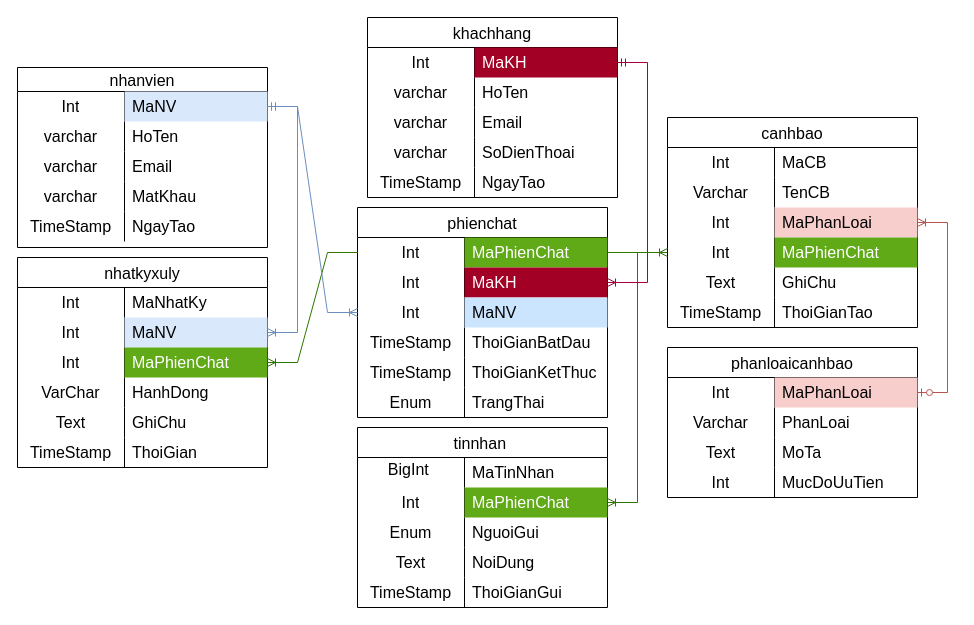
Earlier version of the draw.io diagram ERD.drawio (Ken290906/AI_Chat). Source tidied: cells renumbered, new cells numbered last; positions are measured from the earlier drawing's top-left corner, leaving out a move shared by most shapes. Both pictures are drawn from the tidied source at 100%, with x=0, y=0 at pixel (17, 17).
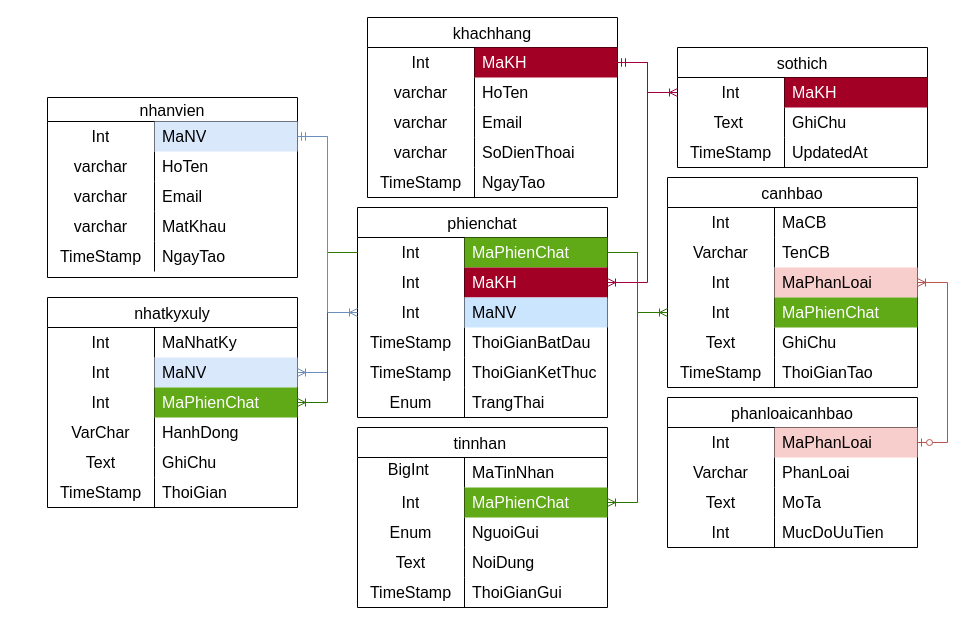
The same diagram, later.

The change refers to these unchanged cells:
```xml
<mxCell id="91" style="shape=tableRow;horizontal=0;startSize=0;swimlaneHead=0;swimlaneBody=0;top=0;left=0;bottom=0;right=0;fillColor=none;points=[[0,0.5],[1,0.5]];portConstraint=eastwest;strokeColor=inherit;fontSize=16;" parent="90" vertex="1">
  <mxGeometry y="30" width="250" height="30" as="geometry" />
</mxCell>
```

The edit, as a diff of the source:
```diff
@@
     <mxCell id="38" value="phanloaicanhbao" style="shape=table;startSize=30;childLayout=tableLayout;rowLines=0;fontStyle=0;strokeColor=default;fontSize=16;" parent="1" vertex="1">
-      <mxGeometry x="650" y="330" width="250" height="150" as="geometry" />
+      <mxGeometry x="650" y="380" width="250" height="150" as="geometry" />
     </mxCell>
@@
     <mxCell id="51" value="nhatkyxuly" style="shape=table;startSize=30;childLayout=tableLayout;rowLines=0;fontStyle=0;strokeColor=default;fontSize=16;" parent="1" vertex="1">
-      <mxGeometry y="240" width="250" height="210" as="geometry" />
+      <mxGeometry x="30" y="280" width="250" height="210" as="geometry" />
     </mxCell>
@@
     <mxCell id="70" value="canhbao" style="shape=table;startSize=30;childLayout=tableLayout;rowLines=0;fontStyle=0;strokeColor=default;fontSize=16;" parent="1" vertex="1">
-      <mxGeometry x="650" y="100" width="250" height="210" as="geometry" />
+      <mxGeometry x="650" y="160" width="250" height="210" as="geometry" />
     </mxCell>
@@
     <mxCell id="107" value="nhanvien" style="shape=table;startSize=24;childLayout=tableLayout;rowLines=0;fontStyle=0;strokeColor=default;fontSize=16;" parent="1" vertex="1">
-      <mxGeometry y="50" width="250" height="180" as="geometry" />
+      <mxGeometry x="30" y="80" width="250" height="180" as="geometry" />
     </mxCell>
@@
+    <mxCell id="127" value="sothich" style="shape=table;startSize=30;childLayout=tableLayout;rowLines=0;fontStyle=0;strokeColor=default;fontSize=16;" parent="1" vertex="1">
+      <mxGeometry x="660" y="30" width="250" height="120" as="geometry" />
+    </mxCell>
+    <mxCell id="128" style="shape=tableRow;horizontal=0;startSize=0;swimlaneHead=0;swimlaneBody=0;top=0;left=0;bottom=0;right=0;fillColor=none;points=[[0,0.5],[1,0.5]];portConstraint=eastwest;strokeColor=inherit;fontSize=16;" parent="127" vertex="1">
+      <mxGeometry y="30" width="250" height="30" as="geometry" />
+    </mxCell>
+    <mxCell id="129" value="Int" style="shape=partialRectangle;html=1;whiteSpace=wrap;fillColor=none;top=0;left=0;bottom=0;right=0;overflow=hidden;strokeColor=inherit;fontSize=16;" parent="128" vertex="1">
+      <mxGeometry width="107" height="30" as="geometry" />
+    </mxCell>
+    <mxCell id="130" value="MaKH" style="shape=partialRectangle;html=1;whiteSpace=wrap;fillColor=#a20025;top=0;left=0;bottom=0;right=0;align=left;spacingLeft=6;overflow=hidden;strokeColor=#6F0000;fontSize=16;fontColor=#ffffff;" parent="128" vertex="1">
+      <mxGeometry x="107" width="143" height="30" as="geometry" />
+    </mxCell>
+    <mxCell id="131" style="shape=tableRow;horizontal=0;startSize=0;swimlaneHead=0;swimlaneBody=0;top=0;left=0;bottom=0;right=0;fillColor=none;strokeColor=inherit;fontSize=16;" parent="127" vertex="1">
+      <mxGeometry y="60" width="250" height="30" as="geometry" />
+    </mxCell>
+    <mxCell id="132" value="Text&amp;nbsp;" style="shape=partialRectangle;html=1;whiteSpace=wrap;fillColor=none;top=0;left=0;bottom=0;right=0;overflow=hidden;strokeColor=inherit;fontSize=16;" parent="131" vertex="1">
+      <mxGeometry width="107" height="30" as="geometry" />
+    </mxCell>
+    <mxCell id="133" value="GhiChu" style="shape=partialRectangle;html=1;whiteSpace=wrap;fillColor=none;top=0;left=0;bottom=0;right=0;align=left;spacingLeft=6;overflow=hidden;strokeColor=inherit;fontSize=16;" parent="131" vertex="1">
+      <mxGeometry x="107" width="143" height="30" as="geometry" />
+    </mxCell>
+    <mxCell id="134" style="shape=tableRow;horizontal=0;startSize=0;swimlaneHead=0;swimlaneBody=0;top=0;left=0;bottom=0;right=0;fillColor=none;strokeColor=inherit;fontSize=16;" parent="127" vertex="1">
+      <mxGeometry y="90" width="250" height="30" as="geometry" />
+    </mxCell>
+    <mxCell id="135" value="TimeStamp" style="shape=partialRectangle;html=1;whiteSpace=wrap;fillColor=none;top=0;left=0;bottom=0;right=0;overflow=hidden;strokeColor=inherit;fontSize=16;" parent="134" vertex="1">
+      <mxGeometry width="107" height="30" as="geometry" />
+    </mxCell>
+    <mxCell id="136" value="UpdatedAt" style="shape=partialRectangle;html=1;whiteSpace=wrap;fillColor=none;top=0;left=0;bottom=0;right=0;align=left;spacingLeft=6;overflow=hidden;strokeColor=inherit;fontSize=16;" parent="134" vertex="1">
+      <mxGeometry x="107" width="143" height="30" as="geometry" />
+    </mxCell>
+    <mxCell id="137" style="edgeStyle=entityRelationEdgeStyle;fontSize=12;html=1;endArrow=ERoneToMany;startArrow=ERmandOne;rounded=0;fillColor=#d80073;strokeColor=#A50040;" parent="1" edge="1" source="91" target="128">
+      <mxGeometry relative="1" as="geometry" />
+    </mxCell>
```
